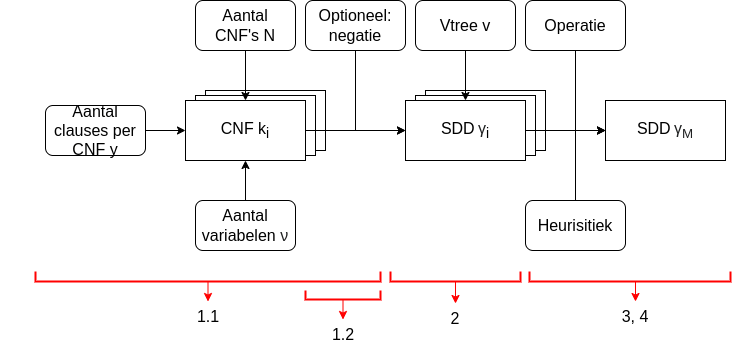
GijsVliegen/thesis keeps this draw.io diagram as figs/other_figs/SDD experiment diagram.png. Above is the earlier version. Source tidied: cells renumbered, new cells last; positions are measured from the earlier drawing's top-left corner, leaving out a move shared by most shapes.
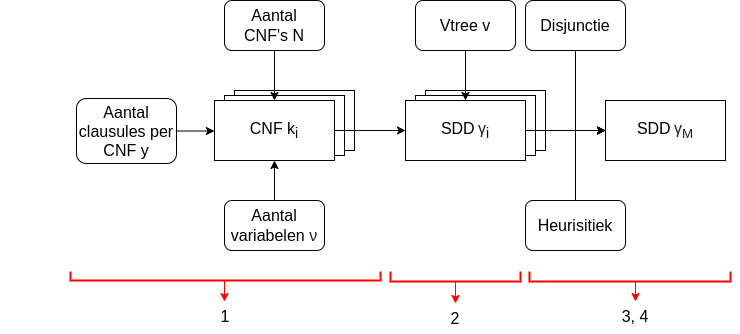
Later version of the same file.

Change to the diagram source:
```diff
@@ -9,34 +9,34 @@
       <mxGeometry x="415" y="95" width="120" height="60" as="geometry" />
     </mxCell>
     <mxCell id="4" value="CNF" style="rounded=0;whiteSpace=wrap;html=1;" parent="1" vertex="1">
-      <mxGeometry x="205" y="90" width="120" height="60" as="geometry" />
+      <mxGeometry x="234" y="90" width="120" height="60" as="geometry" />
     </mxCell>
     <mxCell id="5" value="CNF" style="rounded=0;whiteSpace=wrap;html=1;" parent="1" vertex="1">
-      <mxGeometry x="195" y="95" width="120" height="60" as="geometry" />
+      <mxGeometry x="224" y="95" width="120" height="60" as="geometry" />
     </mxCell>
     <mxCell id="6" style="edgeStyle=orthogonalEdgeStyle;rounded=0;jettySize=auto;html=1;exitX=1;exitY=0.5;exitDx=0;exitDy=0;entryX=0;entryY=0.5;entryDx=0;entryDy=0;" parent="1" edge="1" source="7" target="15">
       <mxGeometry relative="1" as="geometry" />
     </mxCell>
     <mxCell id="7" value="&lt;font style=&quot;&quot;&gt;&lt;span style=&quot;font-size: 16px;&quot;&gt;CNF &lt;/span&gt;&lt;font style=&quot;font-size: 16px;&quot;&gt;k&lt;/font&gt;&lt;sub style=&quot;&quot;&gt;&lt;font style=&quot;font-size: 14px;&quot;&gt;i&lt;/font&gt;&lt;/sub&gt;&lt;/font&gt;" style="rounded=0;whiteSpace=wrap;html=1;" parent="1" vertex="1">
-      <mxGeometry x="185" y="100" width="120" height="60" as="geometry" />
+      <mxGeometry x="214" y="100" width="120" height="60" as="geometry" />
     </mxCell>
     <mxCell id="8" style="edgeStyle=orthogonalEdgeStyle;rounded=0;jettySize=auto;html=1;exitX=0.5;exitY=1;exitDx=0;exitDy=0;entryX=0.5;entryY=0;entryDx=0;entryDy=0;" parent="1" edge="1" source="9" target="7">
       <mxGeometry relative="1" as="geometry" />
     </mxCell>
     <mxCell id="9" value="&lt;font style=&quot;font-size: 16px;&quot;&gt;Aantal CNF's&amp;nbsp;&lt;span style=&quot;background-color: initial;&quot;&gt;N&lt;/span&gt;&lt;/font&gt;" style="rounded=1;whiteSpace=wrap;html=1;gradientColor=none;fillColor=default;" parent="1" vertex="1">
-      <mxGeometry x="195" width="100" height="50" as="geometry" />
+      <mxGeometry x="224" width="100" height="50" as="geometry" />
     </mxCell>
     <mxCell id="10" style="edgeStyle=orthogonalEdgeStyle;rounded=0;jettySize=auto;html=1;exitX=1;exitY=0.5;exitDx=0;exitDy=0;entryX=0;entryY=0.5;entryDx=0;entryDy=0;" parent="1" edge="1" source="11" target="7">
       <mxGeometry relative="1" as="geometry" />
     </mxCell>
-    <mxCell id="11" value="&lt;font style=&quot;font-size: 16px;&quot;&gt;Aantal clauses per CNF y&lt;/font&gt;" style="rounded=1;whiteSpace=wrap;html=1;" parent="1" vertex="1">
-      <mxGeometry x="45" y="105" width="100" height="50" as="geometry" />
+    <mxCell id="11" value="&lt;font style=&quot;font-size: 16px;&quot;&gt;Aantal clausules per CNF y&lt;/font&gt;" style="rounded=1;whiteSpace=wrap;html=1;" parent="1" vertex="1">
+      <mxGeometry x="76" y="98" width="100" height="65" as="geometry" />
     </mxCell>
     <mxCell id="12" style="edgeStyle=orthogonalEdgeStyle;rounded=0;jettySize=auto;html=1;exitX=0.5;exitY=0;exitDx=0;exitDy=0;entryX=0.5;entryY=1;entryDx=0;entryDy=0;" parent="1" edge="1" source="13" target="7">
       <mxGeometry relative="1" as="geometry" />
     </mxCell>
     <mxCell id="13" value="&lt;font style=&quot;font-size: 16px;&quot;&gt;Aantal variabelen&amp;nbsp;&lt;/font&gt;&lt;span style=&quot;color: rgb(32, 33, 34); font-family: sans-serif; font-size: 16px; text-align: start; background-color: rgb(255, 255, 255);&quot;&gt;ν&lt;/span&gt;" style="rounded=1;whiteSpace=wrap;html=1;" parent="1" vertex="1">
-      <mxGeometry x="195" y="200" width="100" height="50" as="geometry" />
+      <mxGeometry x="224" y="200" width="100" height="50" as="geometry" />
     </mxCell>
     <mxCell id="14" style="edgeStyle=orthogonalEdgeStyle;rounded=0;jettySize=auto;html=1;exitX=1;exitY=0.5;exitDx=0;exitDy=0;entryX=0;entryY=0.5;entryDx=0;entryDy=0;" parent="1" edge="1" source="15" target="16">
       <mxGeometry relative="1" as="geometry" />
@@ -55,7 +55,7 @@
         </Array>
       </mxGeometry>
     </mxCell>
-    <mxCell id="18" value="&lt;font style=&quot;font-size: 16px;&quot;&gt;Operatie&lt;/font&gt;" style="rounded=1;whiteSpace=wrap;html=1;gradientColor=none;fillColor=default;" parent="1" vertex="1">
+    <mxCell id="18" value="&lt;span style=&quot;font-size: 16px;&quot;&gt;Disjunctie&lt;/span&gt;" style="rounded=1;whiteSpace=wrap;html=1;gradientColor=none;fillColor=default;" parent="1" vertex="1">
       <mxGeometry x="525" width="100" height="50" as="geometry" />
     </mxCell>
     <mxCell id="19" style="edgeStyle=orthogonalEdgeStyle;rounded=0;jettySize=auto;html=1;exitX=0.5;exitY=0;exitDx=0;exitDy=0;entryX=0;entryY=0.5;entryDx=0;entryDy=0;" parent="1" edge="1" source="20" target="16">
@@ -70,33 +70,18 @@
     <mxCell id="22" value="&lt;font style=&quot;font-size: 16px;&quot;&gt;Vtree v&lt;/font&gt;" style="rounded=1;whiteSpace=wrap;html=1;gradientColor=none;fillColor=default;" parent="1" vertex="1">
       <mxGeometry x="415" width="100" height="50" as="geometry" />
     </mxCell>
-    <mxCell id="23" style="edgeStyle=orthogonalEdgeStyle;rounded=0;jettySize=auto;html=1;exitX=0.5;exitY=1;exitDx=0;exitDy=0;entryX=0;entryY=0.5;entryDx=0;entryDy=0;" parent="1" edge="1" source="24" target="15">
-      <mxGeometry relative="1" as="geometry" />
-    </mxCell>
-    <mxCell id="24" value="&lt;span style=&quot;font-size: 16px;&quot;&gt;Optioneel: negatie&lt;/span&gt;" style="rounded=1;whiteSpace=wrap;html=1;gradientColor=none;fillColor=default;" parent="1" vertex="1">
-      <mxGeometry x="305" width="100" height="50" as="geometry" />
-    </mxCell>
-    <mxCell id="25" style="edgeStyle=orthogonalEdgeStyle;rounded=0;jettySize=auto;html=1;exitX=0.5;exitY=1;exitDx=0;exitDy=0;entryX=0.5;entryY=0;entryDx=0;entryDy=0;strokeColor=#FF0000;" parent="1" edge="1" source="26" target="27">
-      <mxGeometry relative="1" as="geometry" />
+    <mxCell id="25" style="edgeStyle=orthogonalEdgeStyle;rounded=0;orthogonalLoop=1;jettySize=auto;html=1;exitX=0.5;exitY=1;exitDx=0;exitDy=0;entryX=0.5;entryY=0;entryDx=0;entryDy=0;strokeColor=#FF0000;" parent="1" edge="1">
+      <mxGeometry relative="1" as="geometry">
+        <mxPoint x="241.5" y="280" as="sourcePoint" />
+        <mxPoint x="224" y="301" as="targetPoint" />
+      </mxGeometry>
     </mxCell>
     <mxCell id="26" style="rounded=0;whiteSpace=wrap;html=1;strokeColor=#ff0000;fillColor=none;strokeWidth=2;" parent="1" vertex="1">
-      <mxGeometry x="35" y="261" width="345" height="20" as="geometry" />
+      <mxGeometry x="70" y="261" width="310" height="19" as="geometry" />
     </mxCell>
-    <mxCell id="27" value="&lt;font style=&quot;font-size: 16px;&quot;&gt;1.1&lt;/font&gt;" style="rounded=1;whiteSpace=wrap;html=1;strokeWidth=0;fillColor=none;strokeColor=none;" parent="1" vertex="1">
-      <mxGeometry x="182.5" y="301" width="50" height="30" as="geometry" />
+    <mxCell id="27" value="&lt;font style=&quot;font-size: 16px;&quot;&gt;1&lt;/font&gt;" style="rounded=1;whiteSpace=wrap;html=1;strokeWidth=0;fillColor=none;strokeColor=none;" parent="1" vertex="1">
+      <mxGeometry x="200" y="301" width="50" height="30" as="geometry" />
     </mxCell>
-    <mxCell id="28" style="edgeStyle=orthogonalEdgeStyle;rounded=0;jettySize=auto;html=1;exitX=0.5;exitY=1;exitDx=0;exitDy=0;entryX=0.5;entryY=0;entryDx=0;entryDy=0;strokeColor=#FF0000;" parent="1" edge="1" source="29" target="30">
-      <mxGeometry relative="1" as="geometry" />
-    </mxCell>
-    <mxCell id="29" style="rounded=0;whiteSpace=wrap;html=1;strokeColor=#ff0000;fillColor=none;strokeWidth=2;" parent="1" vertex="1">
-      <mxGeometry x="305" y="288" width="75" height="11" as="geometry" />
-    </mxCell>
-    <mxCell id="30" value="&lt;font style=&quot;font-size: 16px;&quot;&gt;1.2&lt;/font&gt;" style="rounded=1;whiteSpace=wrap;html=1;strokeWidth=0;fillColor=none;strokeColor=none;" parent="1" vertex="1">
-      <mxGeometry x="317.5" y="319" width="50" height="30" as="geometry" />
-    </mxCell>
-    <mxCell id="31" style="rounded=0;whiteSpace=wrap;html=1;strokeColor=none;fillColor=default;" parent="1" vertex="1">
-      <mxGeometry x="290" y="283" width="115" height="7" as="geometry" />
-    </mxCell>
     <mxCell id="32" style="edgeStyle=orthogonalEdgeStyle;rounded=0;jettySize=auto;html=1;exitX=0.5;exitY=1;exitDx=0;exitDy=0;entryX=0.5;entryY=0;entryDx=0;entryDy=0;strokeColor=#FF0000;" parent="1" edge="1" source="33" target="34">
       <mxGeometry relative="1" as="geometry" />
     </mxCell>
```
